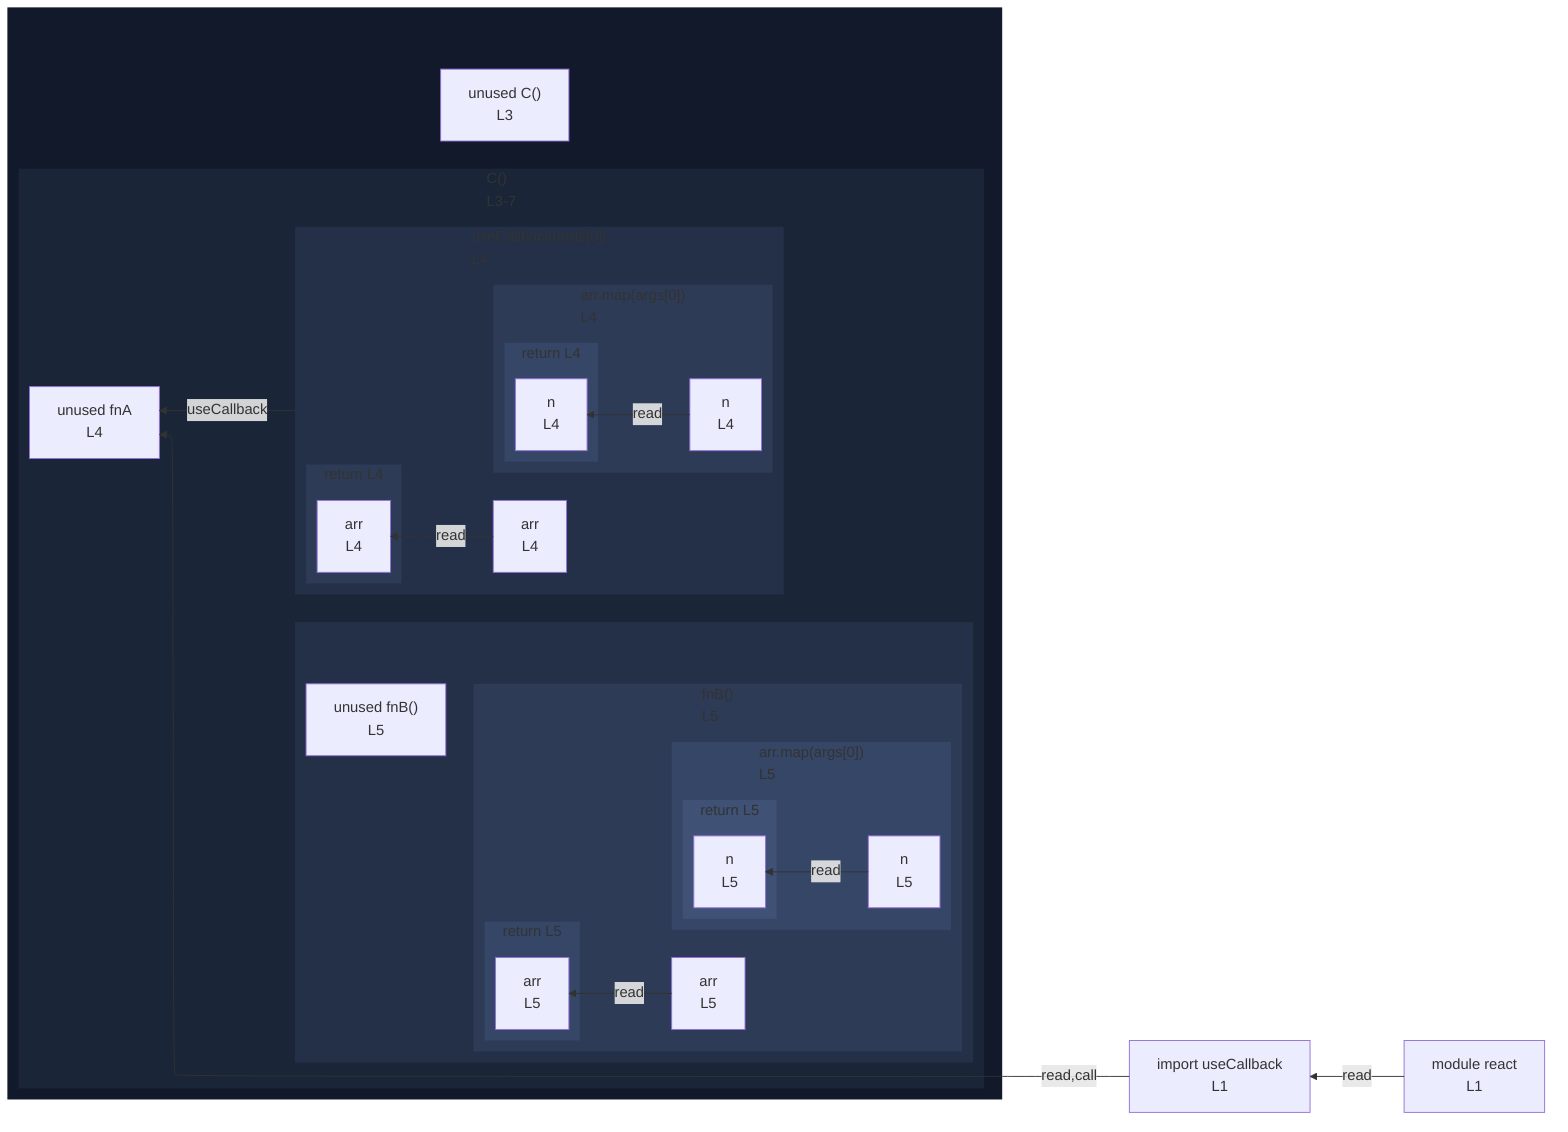
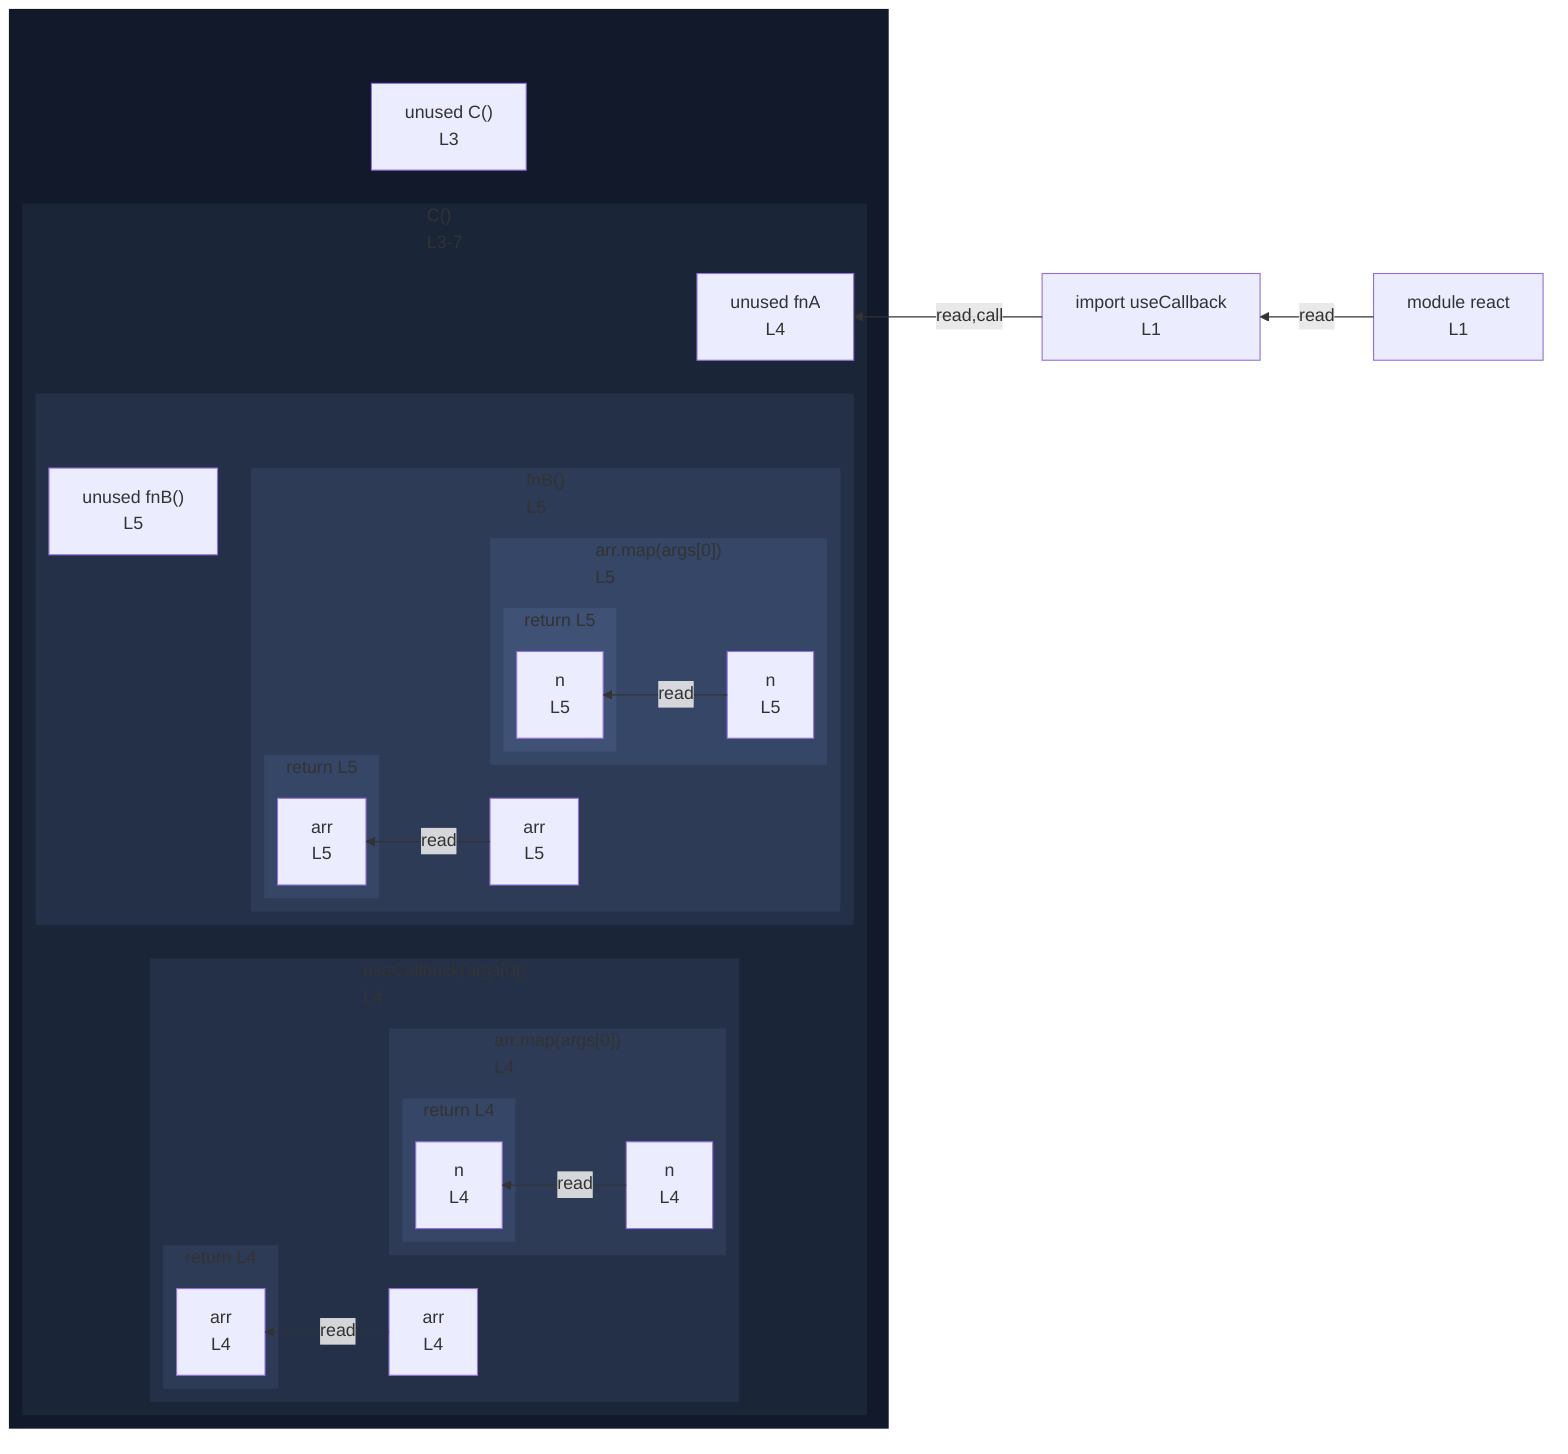
%%{init: {"flowchart": {"defaultRenderer": "elk"}}}%%
flowchart RL
  n_scope_0_useCallback_9["import useCallback<br/>L1"]
  subgraph wrap_s_scope_1[" "]
    direction TB
    n_scope_0_C_44["unused C()<br/>L3"]
    subgraph s_scope_1["C()<br/>L3-7"]
      direction RL
      n_scope_1_fnA_64["unused fnA<br/>L4"]
      subgraph s_scope_2["useCallback(args[0])<br/>L4"]
        direction RL
        n_scope_2_arr_83["arr<br/>L4"]
        subgraph s_scope_3["arr.map(args[0])<br/>L4"]
          direction RL
          n_scope_3_n_110["n<br/>L4"]
          subgraph s_return_scope_0_C_44_116_121["return L4"]
            direction RL
            ret_use_ref_4["n<br/>L4"]
          end
        end
        subgraph s_return_scope_0_C_44_101_122["return L4"]
          direction RL
          ret_use_ref_3["arr<br/>L4"]
        end
      end
      subgraph wrap_s_scope_4[" "]
        direction TB
        n_scope_1_fnB_137["unused fnB()<br/>L5"]
        subgraph s_scope_4["fnB()<br/>L5"]
          direction RL
          n_scope_4_arr_144["arr<br/>L5"]
          subgraph s_scope_5["arr.map(args[0])<br/>L5"]
            direction RL
            n_scope_5_n_171["n<br/>L5"]
            subgraph s_return_scope_1_fnB_137_177_182["return L5"]
              direction RL
              ret_use_ref_7["n<br/>L5"]
            end
          end
          subgraph s_return_scope_1_fnB_137_162_183["return L5"]
            direction RL
            ret_use_ref_6["arr<br/>L5"]
          end
        end
      end
    end
  end
  n_scope_0_useCallback_9 -->|read,call| n_scope_1_fnA_64
  n_scope_2_arr_83 -->|read| ret_use_ref_3
  n_scope_3_n_110 -->|read| ret_use_ref_4
  n_scope_4_arr_144 -->|read| ret_use_ref_6
  n_scope_5_n_171 -->|read| ret_use_ref_7
-   s_scope_2 -->|useCallback| n_scope_1_fnA_64
  mod_react["module react<br/>L1"]
  mod_react -->|read| n_scope_0_useCallback_9
  classDef nestL1 fill:#11192a,stroke:transparent;
  class wrap_s_scope_1 nestL1;
  classDef nestL2 fill:#1a2538,stroke:transparent;
  class s_scope_1 nestL2;
  classDef nestL3 fill:#243047,stroke:transparent;
  class s_scope_2 nestL3;
  class wrap_s_scope_4 nestL3;
  classDef nestL4 fill:#2d3b57,stroke:transparent;
  class s_scope_3 nestL4;
  class s_return_scope_0_C_44_101_122 nestL4;
  class s_scope_4 nestL4;
  classDef nestL5 fill:#364666,stroke:transparent;
  class s_return_scope_0_C_44_116_121 nestL5;
  class s_scope_5 nestL5;
  class s_return_scope_1_fnB_137_162_183 nestL5;
  classDef nestL6 fill:#3f5175,stroke:transparent;
  class s_return_scope_1_fnB_137_177_182 nestL6;
